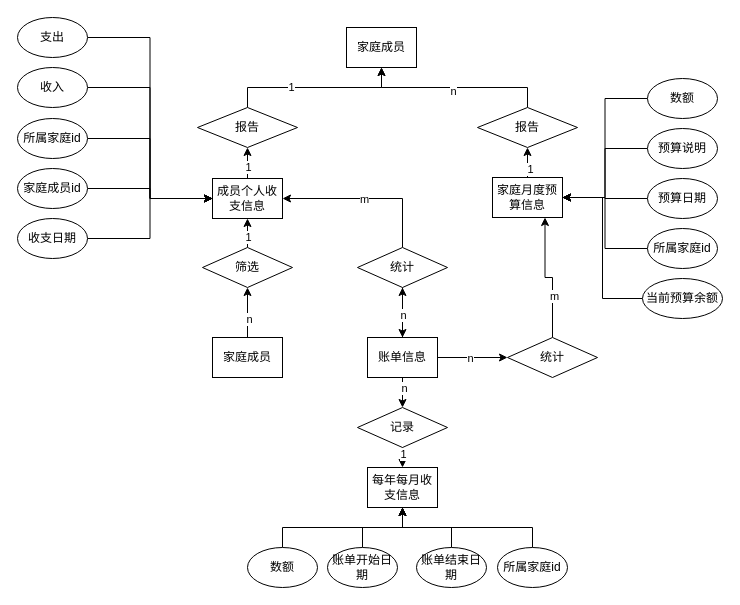
Above: er图.drawio in Yue-bin/draw.io (draw.io), before the change. Source tidied: cells renumbered, new cells numbered last; positions are measured from the earlier drawing's top-left corner, leaving out a move shared by most shapes. Both pictures are drawn from the tidied source at 100%, with x=0, y=0 at pixel (17, 17).
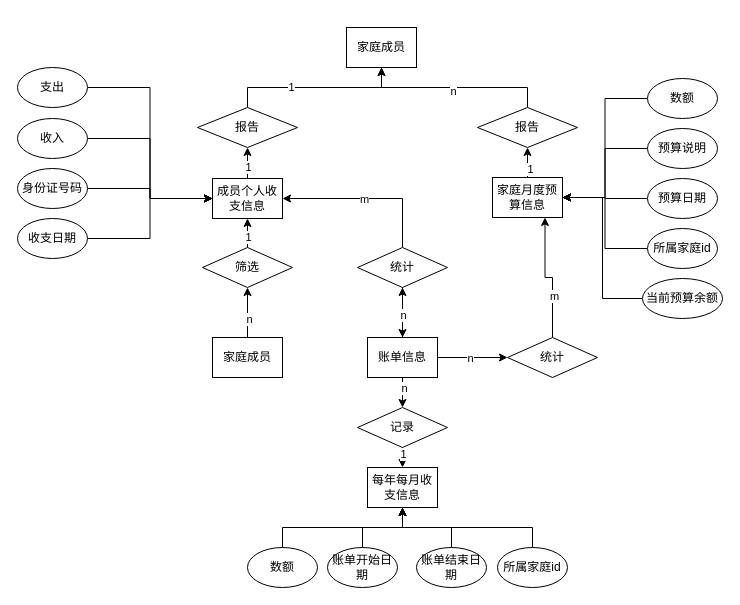
The same page after the edit.

The change refers to these unchanged cells:
```xml
<mxCell id="36" value="成员个人收支信息" style="rounded=0;whiteSpace=wrap;html=1;" parent="1" vertex="1">
  <mxGeometry x="195" y="161" width="70" height="40" as="geometry" />
</mxCell>
```

The edit, as a diff of the source:
```diff
@@
     <mxCell id="38" value="收入" style="ellipse;whiteSpace=wrap;html=1;" parent="1" vertex="1">
-      <mxGeometry y="50" width="70" height="40" as="geometry" />
+      <mxGeometry y="101" width="70" height="40" as="geometry" />
     </mxCell>
@@
     <mxCell id="40" value="支出" style="ellipse;whiteSpace=wrap;html=1;" parent="1" vertex="1">
-      <mxGeometry width="70" height="40" as="geometry" />
+      <mxGeometry y="50" width="70" height="40" as="geometry" />
     </mxCell>
-    <mxCell id="41" style="edgeStyle=orthogonalEdgeStyle;rounded=0;jettySize=auto;html=1;exitX=1;exitY=0.5;exitDx=0;exitDy=0;entryX=0;entryY=0.5;entryDx=0;entryDy=0;" parent="1" edge="1" source="42" target="36">
-      <mxGeometry relative="1" as="geometry" />
-    </mxCell>
-    <mxCell id="42" value="所属家庭id" style="ellipse;whiteSpace=wrap;html=1;" parent="1" vertex="1">
-      <mxGeometry y="101" width="70" height="40" as="geometry" />
-    </mxCell>
@@
-    <mxCell id="44" value="家庭成员id" style="ellipse;whiteSpace=wrap;html=1;" parent="1" vertex="1">
+    <mxCell id="44" value="身份证号码" style="ellipse;whiteSpace=wrap;html=1;" parent="1" vertex="1">
       <mxGeometry y="151" width="70" height="40" as="geometry" />
     </mxCell>
```
